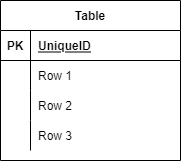
Above: Untitled Diagram.drawio.png in liuyucai/springcloud-config (draw.io), before the change. Source tidied: cells renumbered, new cells last; positions are measured from the earlier drawing's top-left corner, leaving out a move shared by most shapes.
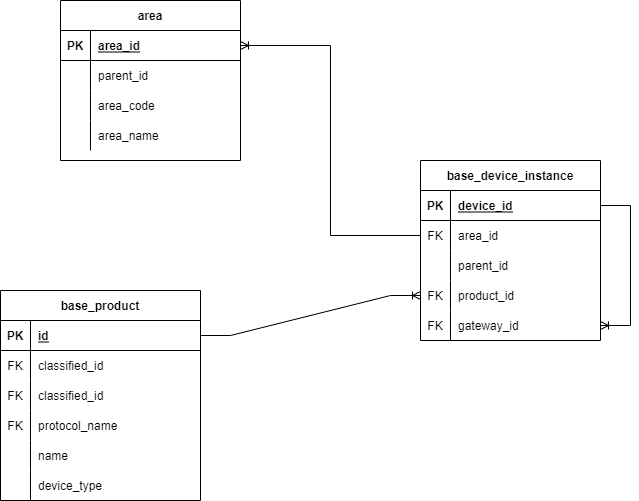
Later version of the same file.

What changed in the source:
```diff
@@ -2,44 +2,158 @@
   <root>
     <mxCell id="0" />
     <mxCell id="1" parent="0" />
-    <mxCell id="2" value="Table" style="shape=table;startSize=30;rowLines=0;fontStyle=1;align=center;" parent="1" vertex="1">
-      <mxGeometry width="180" height="160" as="geometry" />
+    <mxCell id="2" value="base_product" style="shape=table;startSize=30;rowLines=0;fontStyle=1;align=center;" parent="1" vertex="1">
+      <mxGeometry width="200" height="210" as="geometry" />
     </mxCell>
     <mxCell id="3" style="shape=tableRow;horizontal=0;startSize=0;swimlaneHead=0;swimlaneBody=0;fillColor=none;points=[[0,0.5],[1,0.5]];portConstraint=eastwest;top=0;left=0;right=0;bottom=1;" parent="2" vertex="1">
-      <mxGeometry y="30" width="180" height="30" as="geometry" />
+      <mxGeometry y="30" width="200" height="30" as="geometry" />
     </mxCell>
     <mxCell id="4" value="PK" style="shape=partialRectangle;fillColor=none;top=0;left=0;bottom=0;right=0;fontStyle=1;overflow=hidden;" parent="3" vertex="1">
       <mxGeometry width="30" height="30" as="geometry" />
     </mxCell>
-    <mxCell id="5" value="UniqueID" style="shape=partialRectangle;fillColor=none;top=0;left=0;bottom=0;right=0;align=left;spacingLeft=6;fontStyle=5;overflow=hidden;" parent="3" vertex="1">
-      <mxGeometry x="30" width="150" height="30" as="geometry" />
+    <mxCell id="5" value="id" style="shape=partialRectangle;fillColor=none;top=0;left=0;bottom=0;right=0;align=left;spacingLeft=6;fontStyle=5;overflow=hidden;" parent="3" vertex="1">
+      <mxGeometry x="30" width="170" height="30" as="geometry" />
     </mxCell>
+    <mxCell id="15" style="shape=tableRow;horizontal=0;startSize=0;swimlaneHead=0;swimlaneBody=0;fillColor=none;top=0;left=0;right=0;bottom=0;" parent="2" vertex="1">
+      <mxGeometry y="60" width="200" height="30" as="geometry" />
+    </mxCell>
+    <mxCell id="16" value="FK" style="shape=partialRectangle;fillColor=none;top=0;left=0;bottom=0;right=0;fontStyle=0;overflow=hidden;" parent="15" vertex="1">
+      <mxGeometry width="30" height="30" as="geometry" />
+    </mxCell>
+    <mxCell id="17" value="classified_id" style="shape=partialRectangle;fillColor=none;top=0;left=0;bottom=0;right=0;align=left;spacingLeft=6;fontStyle=0;overflow=hidden;" parent="15" vertex="1">
+      <mxGeometry x="30" width="170" height="30" as="geometry" />
+    </mxCell>
     <mxCell id="6" style="shape=tableRow;horizontal=0;startSize=0;swimlaneHead=0;swimlaneBody=0;fillColor=none;top=0;left=0;right=0;bottom=0;" parent="2" vertex="1">
-      <mxGeometry y="60" width="180" height="30" as="geometry" />
+      <mxGeometry y="90" width="200" height="30" as="geometry" />
     </mxCell>
-    <mxCell id="7" style="shape=partialRectangle;fillColor=none;top=0;left=0;bottom=0;right=0;overflow=hidden;" parent="6" vertex="1">
+    <mxCell id="7" value="FK" style="shape=partialRectangle;fillColor=none;top=0;left=0;bottom=0;right=0;overflow=hidden;" parent="6" vertex="1">
       <mxGeometry width="30" height="30" as="geometry" />
     </mxCell>
-    <mxCell id="8" value="Row 1" style="shape=partialRectangle;fillColor=none;top=0;left=0;bottom=0;right=0;align=left;spacingLeft=6;overflow=hidden;" parent="6" vertex="1">
-      <mxGeometry x="30" width="150" height="30" as="geometry" />
+    <mxCell id="8" value="classified_id" style="shape=partialRectangle;fillColor=none;top=0;left=0;bottom=0;right=0;align=left;spacingLeft=6;overflow=hidden;" parent="6" vertex="1">
+      <mxGeometry x="30" width="170" height="30" as="geometry" />
     </mxCell>
+    <mxCell id="18" style="shape=tableRow;horizontal=0;startSize=0;swimlaneHead=0;swimlaneBody=0;fillColor=none;top=0;left=0;right=0;bottom=0;" parent="2" vertex="1">
+      <mxGeometry y="120" width="200" height="30" as="geometry" />
+    </mxCell>
+    <mxCell id="19" value="FK" style="shape=partialRectangle;fillColor=none;top=0;left=0;bottom=0;right=0;fontStyle=0;overflow=hidden;" parent="18" vertex="1">
+      <mxGeometry width="30" height="30" as="geometry" />
+    </mxCell>
+    <mxCell id="20" value="protocol_name" style="shape=partialRectangle;fillColor=none;top=0;left=0;bottom=0;right=0;align=left;spacingLeft=6;fontStyle=0;overflow=hidden;" parent="18" vertex="1">
+      <mxGeometry x="30" width="170" height="30" as="geometry" />
+    </mxCell>
+    <mxCell id="12" style="shape=tableRow;horizontal=0;startSize=0;swimlaneHead=0;swimlaneBody=0;fillColor=none;top=0;left=0;right=0;bottom=0;" parent="2" vertex="1">
+      <mxGeometry y="150" width="200" height="30" as="geometry" />
+    </mxCell>
+    <mxCell id="13" style="shape=partialRectangle;fillColor=none;top=0;left=0;bottom=0;right=0;overflow=hidden;" parent="12" vertex="1">
+      <mxGeometry width="30" height="30" as="geometry" />
+    </mxCell>
+    <mxCell id="14" value="name" style="shape=partialRectangle;fillColor=none;top=0;left=0;bottom=0;right=0;align=left;spacingLeft=6;overflow=hidden;" parent="12" vertex="1">
+      <mxGeometry x="30" width="170" height="30" as="geometry" />
+    </mxCell>
     <mxCell id="9" style="shape=tableRow;horizontal=0;startSize=0;swimlaneHead=0;swimlaneBody=0;fillColor=none;top=0;left=0;right=0;bottom=0;" parent="2" vertex="1">
-      <mxGeometry y="90" width="180" height="30" as="geometry" />
+      <mxGeometry y="180" width="200" height="30" as="geometry" />
     </mxCell>
     <mxCell id="10" style="shape=partialRectangle;fillColor=none;top=0;left=0;bottom=0;right=0;overflow=hidden;" parent="9" vertex="1">
       <mxGeometry width="30" height="30" as="geometry" />
     </mxCell>
-    <mxCell id="11" value="Row 2" style="shape=partialRectangle;fillColor=none;top=0;left=0;bottom=0;right=0;align=left;spacingLeft=6;overflow=hidden;" parent="9" vertex="1">
-      <mxGeometry x="30" width="150" height="30" as="geometry" />
+    <mxCell id="11" value="device_type" style="shape=partialRectangle;fillColor=none;top=0;left=0;bottom=0;right=0;align=left;spacingLeft=6;overflow=hidden;" parent="9" vertex="1">
+      <mxGeometry x="30" width="170" height="30" as="geometry" />
     </mxCell>
-    <mxCell id="12" style="shape=tableRow;horizontal=0;startSize=0;swimlaneHead=0;swimlaneBody=0;fillColor=none;top=0;left=0;right=0;bottom=0;" parent="2" vertex="1">
-      <mxGeometry y="120" width="180" height="30" as="geometry" />
-    </mxCell>
-    <mxCell id="13" style="shape=partialRectangle;fillColor=none;top=0;left=0;bottom=0;right=0;overflow=hidden;" parent="12" vertex="1">
-      <mxGeometry width="30" height="30" as="geometry" />
-    </mxCell>
-    <mxCell id="14" value="Row 3" style="shape=partialRectangle;fillColor=none;top=0;left=0;bottom=0;right=0;align=left;spacingLeft=6;overflow=hidden;" parent="12" vertex="1">
-      <mxGeometry x="30" width="150" height="30" as="geometry" />
-    </mxCell>
+    <mxCell id="21" value="base_device_instance" style="shape=table;startSize=30;rowLines=0;fontStyle=1;align=center;" parent="1" vertex="1">
+      <mxGeometry x="420" y="-130" width="180" height="180" as="geometry" />
+    </mxCell>
+    <mxCell id="22" style="shape=tableRow;horizontal=0;startSize=0;swimlaneHead=0;swimlaneBody=0;fillColor=none;points=[[0,0.5],[1,0.5]];portConstraint=eastwest;top=0;left=0;right=0;bottom=1;" parent="21" vertex="1">
+      <mxGeometry y="30" width="180" height="30" as="geometry" />
+    </mxCell>
+    <mxCell id="23" value="PK" style="shape=partialRectangle;fillColor=none;top=0;left=0;bottom=0;right=0;fontStyle=1;overflow=hidden;" parent="22" vertex="1">
+      <mxGeometry width="30" height="30" as="geometry" />
+    </mxCell>
+    <mxCell id="24" value="device_id" style="shape=partialRectangle;fillColor=none;top=0;left=0;bottom=0;right=0;align=left;spacingLeft=6;fontStyle=5;overflow=hidden;" parent="22" vertex="1">
+      <mxGeometry x="30" width="150" height="30" as="geometry" />
+    </mxCell>
+    <mxCell id="25" style="shape=tableRow;horizontal=0;startSize=0;swimlaneHead=0;swimlaneBody=0;fillColor=none;points=[[0,0.5],[1,0.5]];portConstraint=eastwest;top=0;left=0;right=0;bottom=0;" parent="21" vertex="1">
+      <mxGeometry y="60" width="180" height="30" as="geometry" />
+    </mxCell>
+    <mxCell id="26" value="FK" style="shape=partialRectangle;fillColor=none;top=0;left=0;bottom=0;right=0;overflow=hidden;" parent="25" vertex="1">
+      <mxGeometry width="30" height="30" as="geometry" />
+    </mxCell>
+    <mxCell id="27" value="area_id" style="shape=partialRectangle;fillColor=none;top=0;left=0;bottom=0;right=0;align=left;spacingLeft=6;overflow=hidden;" parent="25" vertex="1">
+      <mxGeometry x="30" width="150" height="30" as="geometry" />
+    </mxCell>
+    <mxCell id="28" style="shape=tableRow;horizontal=0;startSize=0;swimlaneHead=0;swimlaneBody=0;fillColor=none;top=0;left=0;right=0;bottom=0;" parent="21" vertex="1">
+      <mxGeometry y="90" width="180" height="30" as="geometry" />
+    </mxCell>
+    <mxCell id="29" style="shape=partialRectangle;fillColor=none;top=0;left=0;bottom=0;right=0;overflow=hidden;" parent="28" vertex="1">
+      <mxGeometry width="30" height="30" as="geometry" />
+    </mxCell>
+    <mxCell id="30" value="parent_id" style="shape=partialRectangle;fillColor=none;top=0;left=0;bottom=0;right=0;align=left;spacingLeft=6;overflow=hidden;" parent="28" vertex="1">
+      <mxGeometry x="30" width="150" height="30" as="geometry" />
+    </mxCell>
+    <mxCell id="31" style="shape=tableRow;horizontal=0;startSize=0;swimlaneHead=0;swimlaneBody=0;fillColor=none;points=[[0,0.5],[1,0.5]];portConstraint=eastwest;top=0;left=0;right=0;bottom=0;" parent="21" vertex="1">
+      <mxGeometry y="120" width="180" height="30" as="geometry" />
+    </mxCell>
+    <mxCell id="32" value="FK" style="shape=partialRectangle;fillColor=none;top=0;left=0;bottom=0;right=0;overflow=hidden;" parent="31" vertex="1">
+      <mxGeometry width="30" height="30" as="geometry" />
+    </mxCell>
+    <mxCell id="33" value="product_id" style="shape=partialRectangle;fillColor=none;top=0;left=0;bottom=0;right=0;align=left;spacingLeft=6;overflow=hidden;" parent="31" vertex="1">
+      <mxGeometry x="30" width="150" height="30" as="geometry" />
+    </mxCell>
+    <mxCell id="34" style="shape=tableRow;horizontal=0;startSize=0;swimlaneHead=0;swimlaneBody=0;fillColor=none;points=[[0,0.5],[1,0.5]];portConstraint=eastwest;top=0;left=0;right=0;bottom=0;" parent="21" vertex="1">
+      <mxGeometry y="150" width="180" height="30" as="geometry" />
+    </mxCell>
+    <mxCell id="35" value="FK" style="shape=partialRectangle;fillColor=none;top=0;left=0;bottom=0;right=0;fontStyle=0;overflow=hidden;" parent="34" vertex="1">
+      <mxGeometry width="30" height="30" as="geometry" />
+    </mxCell>
+    <mxCell id="36" value="gateway_id" style="shape=partialRectangle;fillColor=none;top=0;left=0;bottom=0;right=0;align=left;spacingLeft=6;fontStyle=0;overflow=hidden;" parent="34" vertex="1">
+      <mxGeometry x="30" width="150" height="30" as="geometry" />
+    </mxCell>
+    <mxCell id="37" style="edgeStyle=entityRelationEdgeStyle;fontSize=12;html=1;endArrow=ERoneToMany;rounded=0;entryX=1;entryY=0.5;entryDx=0;entryDy=0;exitX=1;exitY=0.5;exitDx=0;exitDy=0;" parent="21" edge="1" source="22" target="34">
+      <mxGeometry relative="1" as="geometry" />
+    </mxCell>
+    <mxCell id="38" style="edgeStyle=entityRelationEdgeStyle;fontSize=12;html=1;endArrow=ERoneToMany;rounded=0;exitX=1;exitY=0.5;exitDx=0;exitDy=0;entryX=0;entryY=0.5;entryDx=0;entryDy=0;" parent="1" edge="1" source="3" target="31">
+      <mxGeometry relative="1" as="geometry" />
+    </mxCell>
+    <mxCell id="39" value="area" style="shape=table;startSize=30;rowLines=0;fontStyle=1;align=center;" parent="1" vertex="1">
+      <mxGeometry x="60" y="-290" width="180" height="160" as="geometry" />
+    </mxCell>
+    <mxCell id="40" style="shape=tableRow;horizontal=0;startSize=0;swimlaneHead=0;swimlaneBody=0;fillColor=none;points=[[0,0.5],[1,0.5]];portConstraint=eastwest;top=0;left=0;right=0;bottom=1;" parent="39" vertex="1">
+      <mxGeometry y="30" width="180" height="30" as="geometry" />
+    </mxCell>
+    <mxCell id="41" value="PK" style="shape=partialRectangle;fillColor=none;top=0;left=0;bottom=0;right=0;fontStyle=1;overflow=hidden;" parent="40" vertex="1">
+      <mxGeometry width="30" height="30" as="geometry" />
+    </mxCell>
+    <mxCell id="42" value="area_id" style="shape=partialRectangle;fillColor=none;top=0;left=0;bottom=0;right=0;align=left;spacingLeft=6;fontStyle=5;overflow=hidden;" parent="40" vertex="1">
+      <mxGeometry x="30" width="150" height="30" as="geometry" />
+    </mxCell>
+    <mxCell id="43" style="shape=tableRow;horizontal=0;startSize=0;swimlaneHead=0;swimlaneBody=0;fillColor=none;top=0;left=0;right=0;bottom=0;" parent="39" vertex="1">
+      <mxGeometry y="60" width="180" height="30" as="geometry" />
+    </mxCell>
+    <mxCell id="44" style="shape=partialRectangle;fillColor=none;top=0;left=0;bottom=0;right=0;overflow=hidden;" parent="43" vertex="1">
+      <mxGeometry width="30" height="30" as="geometry" />
+    </mxCell>
+    <mxCell id="45" value="parent_id" style="shape=partialRectangle;fillColor=none;top=0;left=0;bottom=0;right=0;align=left;spacingLeft=6;overflow=hidden;" parent="43" vertex="1">
+      <mxGeometry x="30" width="150" height="30" as="geometry" />
+    </mxCell>
+    <mxCell id="46" style="shape=tableRow;horizontal=0;startSize=0;swimlaneHead=0;swimlaneBody=0;fillColor=none;top=0;left=0;right=0;bottom=0;" parent="39" vertex="1">
+      <mxGeometry y="90" width="180" height="30" as="geometry" />
+    </mxCell>
+    <mxCell id="47" style="shape=partialRectangle;fillColor=none;top=0;left=0;bottom=0;right=0;overflow=hidden;" parent="46" vertex="1">
+      <mxGeometry width="30" height="30" as="geometry" />
+    </mxCell>
+    <mxCell id="48" value="area_code" style="shape=partialRectangle;fillColor=none;top=0;left=0;bottom=0;right=0;align=left;spacingLeft=6;overflow=hidden;" parent="46" vertex="1">
+      <mxGeometry x="30" width="150" height="30" as="geometry" />
+    </mxCell>
+    <mxCell id="49" style="shape=tableRow;horizontal=0;startSize=0;swimlaneHead=0;swimlaneBody=0;fillColor=none;top=0;left=0;right=0;bottom=0;" parent="39" vertex="1">
+      <mxGeometry y="120" width="180" height="30" as="geometry" />
+    </mxCell>
+    <mxCell id="50" style="shape=partialRectangle;fillColor=none;top=0;left=0;bottom=0;right=0;overflow=hidden;" parent="49" vertex="1">
+      <mxGeometry width="30" height="30" as="geometry" />
+    </mxCell>
+    <mxCell id="51" value="area_name" style="shape=partialRectangle;fillColor=none;top=0;left=0;bottom=0;right=0;align=left;spacingLeft=6;overflow=hidden;" parent="49" vertex="1">
+      <mxGeometry x="30" width="150" height="30" as="geometry" />
+    </mxCell>
+    <mxCell id="52" style="edgeStyle=elbowEdgeStyle;fontSize=12;html=1;endArrow=ERoneToMany;rounded=0;exitX=0;exitY=0.5;exitDx=0;exitDy=0;entryX=1;entryY=0.5;entryDx=0;entryDy=0;" parent="1" edge="1" source="25" target="40">
+      <mxGeometry relative="1" as="geometry" />
+    </mxCell>
   </root>
 </mxGraphModel>
```
